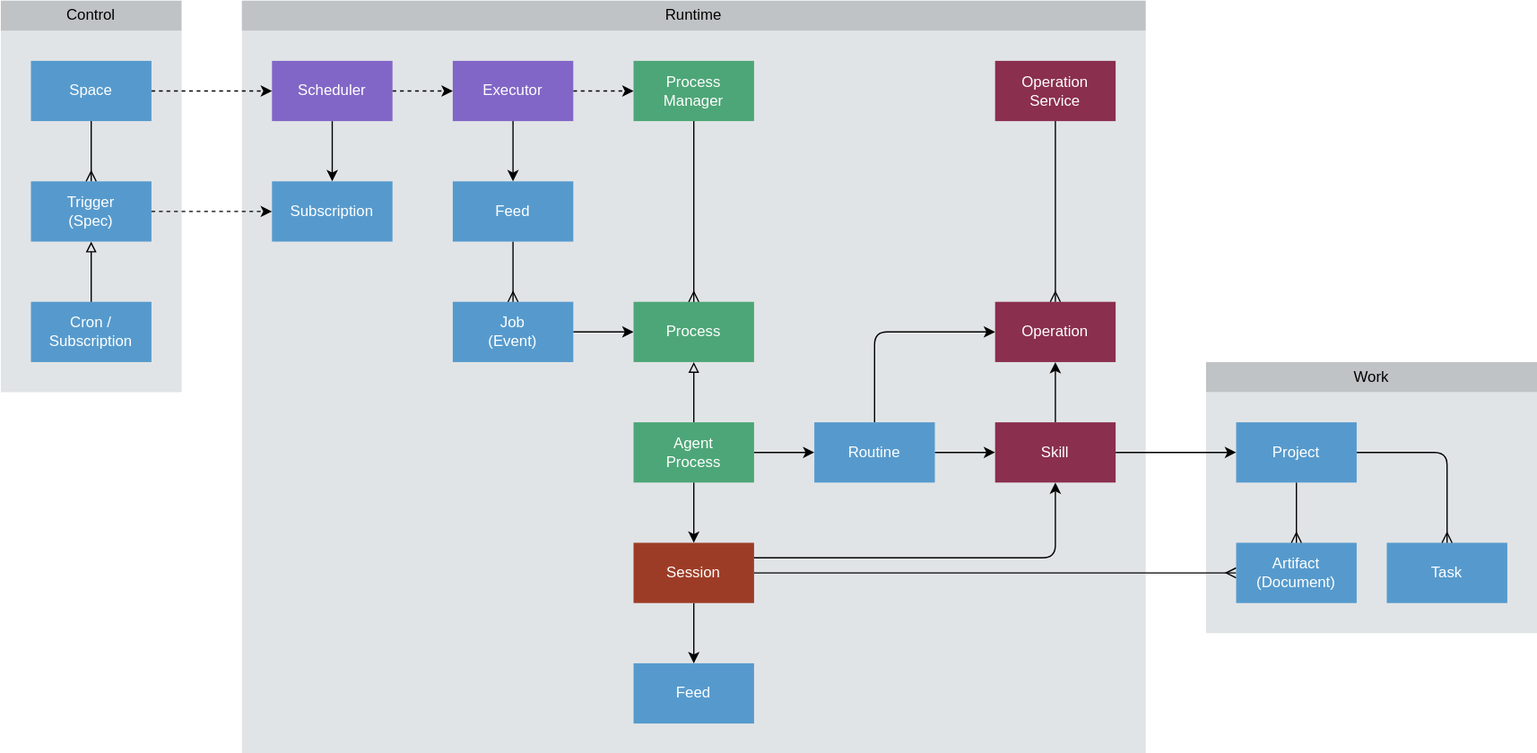
The draw.io diagram docs/design/diagrams/process-architecture.drawio.svg in dxos/dxos, before a commit. Source tidied: cells renumbered, new cells last; positions are measured from the earlier drawing's top-left corner, leaving out a move shared by most shapes.
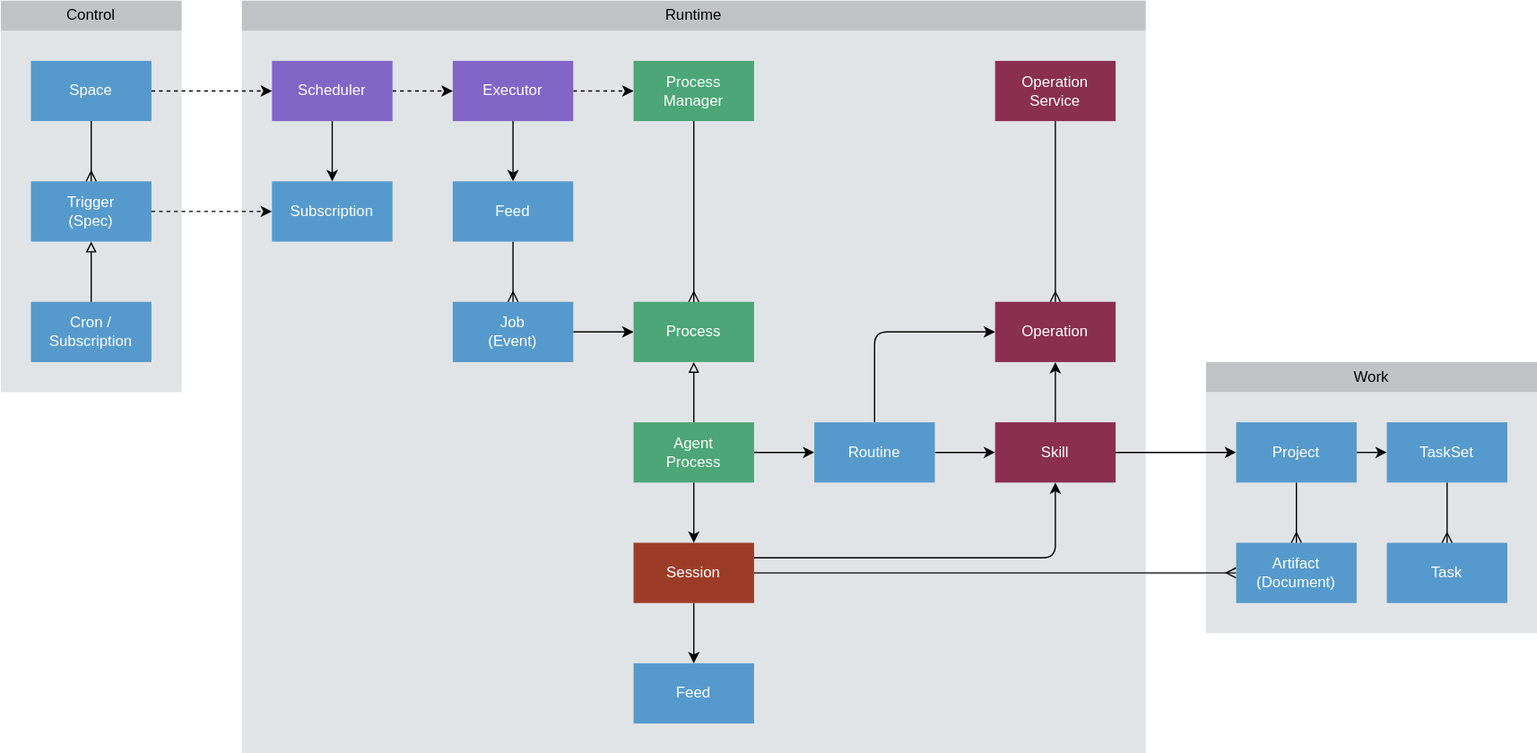
After the change.

What changed in the source:
```diff
@@ -109,13 +109,12 @@
     <mxCell id="34" style="edgeStyle=none;html=1;exitX=0.5;exitY=1;exitDx=0;exitDy=0;endArrow=ERmany;endFill=0;fontStyle=0;" parent="1" edge="1" source="36" target="30">
       <mxGeometry relative="1" as="geometry" />
     </mxCell>
-    <mxCell id="35" style="edgeStyle=none;html=1;exitX=1;exitY=0.5;exitDx=0;exitDy=0;entryX=0.5;entryY=0;entryDx=0;entryDy=0;endArrow=ERmany;endFill=0;fontStyle=0;" parent="1" edge="1" source="36" target="31">
-      <mxGeometry relative="1" as="geometry">
-        <Array as="points">
-          <mxPoint x="1152" y="360" />
-        </Array>
-      </mxGeometry>
+    <mxCell id="35" style="edgeStyle=none;html=1;entryX=0.5;entryY=0;entryDx=0;entryDy=0;endArrow=ERmany;endFill=0;fontStyle=0;" parent="1" edge="1" source="53" target="31">
+      <mxGeometry relative="1" as="geometry" />
     </mxCell>
+    <mxCell id="52" style="edgeStyle=none;html=1;exitX=1;exitY=0.5;exitDx=0;exitDy=0;" parent="1" edge="1" source="36" target="53">
+      <mxGeometry relative="1" as="geometry" />
+    </mxCell>
     <mxCell id="36" value="Project" style="rounded=0;whiteSpace=wrap;html=1;fillColor=#569ACD;fontColor=#FFFFFF;strokeColor=none;fontStyle=0;" parent="1" vertex="1">
       <mxGeometry x="984" y="336" width="96" height="48" as="geometry" />
     </mxCell>
@@ -164,5 +163,8 @@
     <mxCell id="51" style="edgeStyle=none;html=1;endArrow=block;endFill=0;fontStyle=0;" parent="1" edge="1" source="12" target="9">
       <mxGeometry relative="1" as="geometry" />
     </mxCell>
+    <mxCell id="53" value="TaskSet" style="rounded=0;whiteSpace=wrap;html=1;fillColor=#569ACD;fontColor=#FFFFFF;strokeColor=none;fontStyle=0;" parent="1" vertex="1">
+      <mxGeometry x="1104" y="336" width="96" height="48" as="geometry" />
+    </mxCell>
   </root>
 </mxGraphModel>
```
